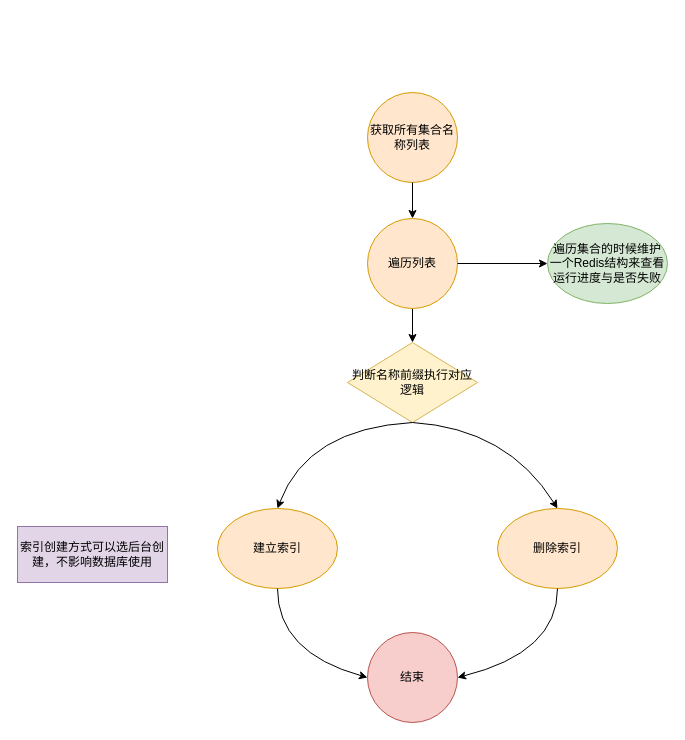
Before: draw.io/建立索引流程图.drawio in KeatonLi/pictures, a draw.io diagram. Source tidied: cells renumbered, new cells numbered last; positions are measured from the earlier drawing's top-left corner, leaving out a move shared by most shapes. Both pictures are drawn from the tidied source at 100%, with x=0, y=0 at pixel (17, 92).
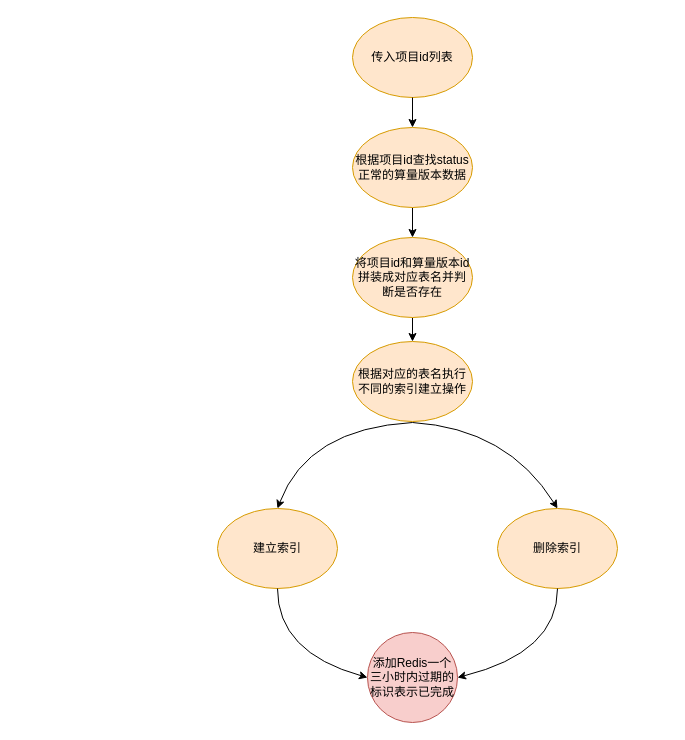
The same diagram, later.

Commit message (it also covers changes not shown here):
更新建立索引流程图.drawio

Unchanged cells that the change refers to:
```xml
<mxCell id="8" value="建立索引" style="ellipse;whiteSpace=wrap;html=1;fillColor=#ffe6cc;strokeColor=#d79b00;" parent="1" vertex="1">
  <mxGeometry x="200" y="416" width="120" height="80" as="geometry" />
</mxCell>
<mxCell id="10" value="删除索引" style="ellipse;whiteSpace=wrap;html=1;fillColor=#ffe6cc;strokeColor=#d79b00;" parent="1" vertex="1">
  <mxGeometry x="480" y="416" width="120" height="80" as="geometry" />
</mxCell>
```

Change to the diagram source:
```diff
@@
-    <mxCell id="2" value="获取所有集合名称列表" style="ellipse;whiteSpace=wrap;html=1;fillColor=#ffe6cc;strokeColor=#d79b00;" parent="1" vertex="1">
-      <mxGeometry x="350" width="90" height="90" as="geometry" />
-    </mxCell>
-    <mxCell id="3" style="endArrow=classic;html=1;rounded=0;exitX=0.5;exitY=1;exitDx=0;exitDy=0;entryX=0.5;entryY=0;entryDx=0;entryDy=0;" parent="1" edge="1" source="2" target="6">
-      <mxGeometry relative="1" as="geometry" />
-    </mxCell>
-    <mxCell id="4" value="判断名称前缀执行对应逻辑" style="rhombus;whiteSpace=wrap;html=1;fillColor=#fff2cc;strokeColor=#d6b656;" parent="1" vertex="1">
-      <mxGeometry x="330" y="250" width="130" height="80" as="geometry" />
-    </mxCell>
-    <mxCell id="5" style="edgeStyle=orthogonalEdgeStyle;rounded=0;jettySize=auto;html=1;entryX=0.5;entryY=0;entryDx=0;entryDy=0;" parent="1" edge="1" source="6" target="4">
-      <mxGeometry relative="1" as="geometry" />
-    </mxCell>
-    <mxCell id="6" value="遍历列表" style="ellipse;whiteSpace=wrap;html=1;fillColor=#ffe6cc;strokeColor=#d79b00;" parent="1" vertex="1">
-      <mxGeometry x="350" y="126" width="90" height="90" as="geometry" />
-    </mxCell>
-    <mxCell id="7" style="endArrow=classic;html=1;exitX=0.5;exitY=1;exitDx=0;exitDy=0;entryX=0.5;entryY=0;entryDx=0;entryDy=0;curved=1;" parent="1" edge="1" source="4" target="8">
+    <mxCell id="7" style="endArrow=classic;html=1;exitX=0.5;exitY=1;exitDx=0;exitDy=0;entryX=0.5;entryY=0;entryDx=0;entryDy=0;curved=1;" parent="1" edge="1" target="8">
       <mxGeometry relative="1" as="geometry">
+        <mxPoint x="395" y="330" as="sourcePoint" />
         <Array as="points">
           <mxPoint x="290" y="336" />
         </Array>
       </mxGeometry>
     </mxCell>
@@
-    <mxCell id="9" style="endArrow=classic;html=1;exitX=0.5;exitY=1;exitDx=0;exitDy=0;curved=1;entryX=0.5;entryY=0;entryDx=0;entryDy=0;" parent="1" edge="1" source="4" target="10">
+    <mxCell id="9" style="endArrow=classic;html=1;exitX=0.5;exitY=1;exitDx=0;exitDy=0;curved=1;entryX=0.5;entryY=0;entryDx=0;entryDy=0;" parent="1" edge="1" target="10">
       <mxGeometry relative="1" as="geometry">
+        <mxPoint x="395" y="330" as="sourcePoint" />
         <Array as="points">
           <mxPoint x="490" y="336" />
         </Array>
       </mxGeometry>
     </mxCell>
@@
-    <mxCell id="11" value="索引创建方式可以选后台创建，不影响数据库使用" style="rounded=0;whiteSpace=wrap;html=1;fillColor=#e1d5e7;strokeColor=#9673a6;" parent="1" vertex="1">
-      <mxGeometry y="434" width="150" height="56" as="geometry" />
-    </mxCell>
@@
-    <mxCell id="14" value="结束" style="ellipse;whiteSpace=wrap;html=1;fillColor=#f8cecc;strokeColor=#b85450;" parent="1" vertex="1">
+    <mxCell id="14" value="添加Redis一个三小时内过期的标识表示已完成" style="ellipse;whiteSpace=wrap;html=1;fillColor=#f8cecc;strokeColor=#b85450;" parent="1" vertex="1">
       <mxGeometry x="350" y="540" width="90" height="90" as="geometry" />
     </mxCell>
-    <mxCell id="15" style="endArrow=classic;html=1;rounded=0;exitX=1;exitY=0.5;exitDx=0;exitDy=0;entryX=0;entryY=0.5;entryDx=0;entryDy=0;" parent="1" edge="1" source="6" target="16">
-      <mxGeometry relative="1" as="geometry" />
-    </mxCell>
-    <mxCell id="16" value="遍历集合的时候维护一个Redis结构来查看运行进度与是否失败" style="ellipse;whiteSpace=wrap;html=1;fillColor=#d5e8d4;strokeColor=#82b366;" parent="1" vertex="1">
-      <mxGeometry x="530" y="131" width="120" height="80" as="geometry" />
-    </mxCell>
+    <mxCell id="17" value="传入项目id列表" style="ellipse;whiteSpace=wrap;html=1;fillColor=#ffe6cc;strokeColor=#d79b00;" parent="1" vertex="1">
+      <mxGeometry x="335" y="-75" width="120" height="80" as="geometry" />
+    </mxCell>
+    <mxCell id="18" style="endArrow=classic;html=1;rounded=0;exitX=0.5;exitY=1;exitDx=0;exitDy=0;entryX=0.5;entryY=0;entryDx=0;entryDy=0;" parent="1" edge="1" source="17" target="20">
+      <mxGeometry relative="1" as="geometry" />
+    </mxCell>
+    <mxCell id="19" style="edgeStyle=orthogonalEdgeStyle;rounded=0;jettySize=auto;html=1;entryX=0.5;entryY=0;entryDx=0;entryDy=0;" parent="1" edge="1" source="20" target="22">
+      <mxGeometry relative="1" as="geometry" />
+    </mxCell>
+    <mxCell id="20" value="根据项目id查找status正常的算量版本数据" style="ellipse;whiteSpace=wrap;html=1;fillColor=#ffe6cc;strokeColor=#d79b00;" parent="1" vertex="1">
+      <mxGeometry x="335" y="35" width="120" height="80" as="geometry" />
+    </mxCell>
+    <mxCell id="21" style="edgeStyle=orthogonalEdgeStyle;rounded=0;jettySize=auto;html=1;entryX=0.5;entryY=0;entryDx=0;entryDy=0;" parent="1" edge="1" source="22" target="23">
+      <mxGeometry relative="1" as="geometry" />
+    </mxCell>
+    <mxCell id="22" value="将项目id和算量版本id拼装成对应表名并判断是否存在" style="ellipse;whiteSpace=wrap;html=1;fillColor=#ffe6cc;strokeColor=#d79b00;" parent="1" vertex="1">
+      <mxGeometry x="335" y="145" width="120" height="80" as="geometry" />
+    </mxCell>
+    <mxCell id="23" value="根据对应的表名执行不同的索引建立操作" style="ellipse;whiteSpace=wrap;html=1;fillColor=#ffe6cc;strokeColor=#d79b00;" parent="1" vertex="1">
+      <mxGeometry x="335" y="249" width="120" height="80" as="geometry" />
+    </mxCell>
```
